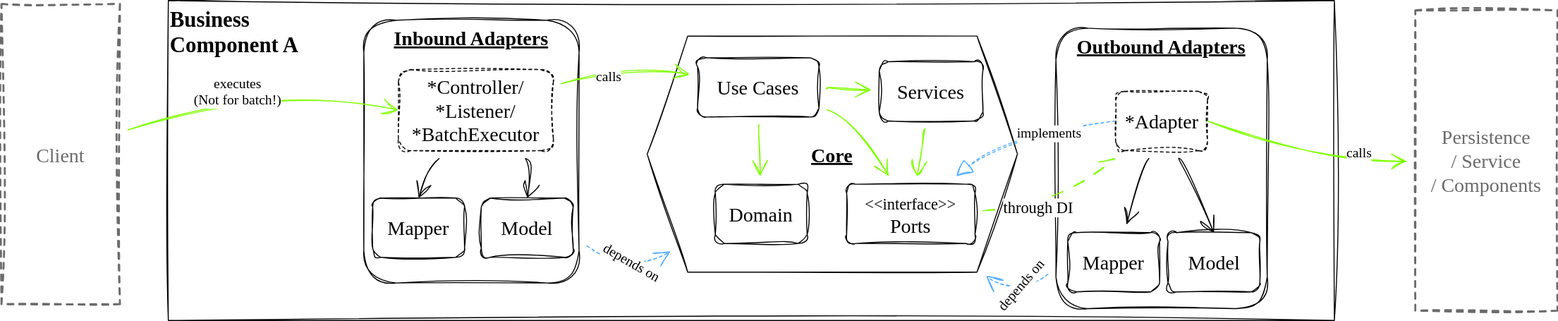
Before: modules/ROOT/images/hexagonal_component_architecture_overview.drawio.svg, a diagram exported from draw.io (devonfw/java). Source tidied: cells renumbered, new cells last; positions are measured from the earlier drawing's top-left corner, leaving out a move shared by most shapes.
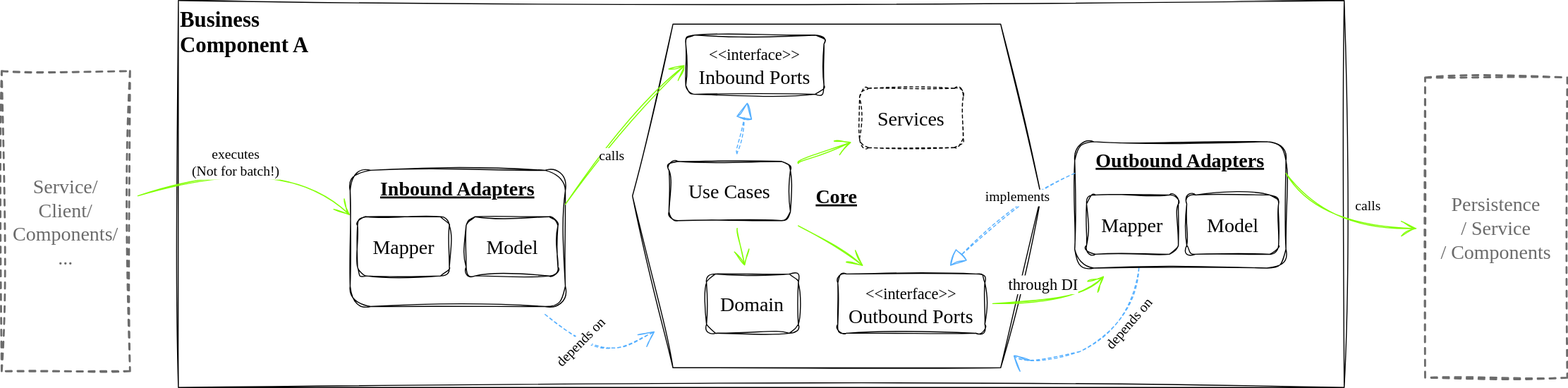
The same diagram one commit later.

Commit message:
fix: Alter image to fit description

- Add inbound ports to the images
- make services optional
- Remove class names in adapters. This didn't really fit to the rest of
  the application. It did not become clear that *Listener could be
  postfixes for class names in java application. Therefore removed it
  here.
- Mor options than client on inbound side, to make the varity of cases
  visible

Ref: #39

Change to the diagram source:
```diff
@@ -5,6 +5,6 @@
     <mxCell id="2" value="&lt;font style=&quot;font-size: 22px;&quot;&gt;&lt;b&gt;Business &lt;br&gt;Component A&lt;/b&gt;&lt;/font&gt;" style="rounded=0;whiteSpace=wrap;html=1;sketch=1;hachureGap=4;jiggle=2;curveFitting=1;fontFamily=Architects Daughter;fontSource=https%3A%2F%2Ffonts.googleapis.com%2Fcss%3Ffamily%3DArchitects%2BDaughter;fontSize=20;verticalAlign=top;align=left;labelBackgroundColor=none;" parent="1" vertex="1">
-      <mxGeometry x="169" width="1181" height="324" as="geometry" />
+      <mxGeometry x="169" y="-68" width="1181" height="392" as="geometry" />
     </mxCell>
     <mxCell id="3" value="&lt;b&gt;&lt;u&gt;Core&lt;/u&gt;&lt;/b&gt;" style="shape=hexagon;perimeter=hexagonPerimeter2;whiteSpace=wrap;html=1;fixedSize=1;sketch=1;hachureGap=4;jiggle=2;curveFitting=1;fontFamily=Architects Daughter;fontSource=https%3A%2F%2Ffonts.googleapis.com%2Fcss%3Ffamily%3DArchitects%2BDaughter;fontSize=20;size=41.00006103515625;labelBackgroundColor=none;" parent="1" vertex="1">
-      <mxGeometry x="654" y="36" width="375" height="239" as="geometry" />
+      <mxGeometry x="629" y="-44" width="414" height="348" as="geometry" />
     </mxCell>
@@ -13,2 +13,3 @@
         <Array as="points">
+          <mxPoint x="583" y="287" />
           <mxPoint x="633" y="281" />
@@ -17,5 +18,5 @@
     </mxCell>
-    <mxCell id="5" value="depends on" style="edgeLabel;html=1;align=center;verticalAlign=middle;fontSize=14;fontFamily=Architects Daughter;rotation=30;" parent="4" vertex="1">
+    <mxCell id="5" value="depends on" style="edgeLabel;html=1;align=center;verticalAlign=middle;fontSize=14;fontFamily=Architects Daughter;rotation=-45;" parent="4" vertex="1">
       <mxGeometry x="0.28" y="11" relative="1" as="geometry">
-        <mxPoint x="-2" y="1" as="offset" />
+        <mxPoint x="-33" y="6" as="offset" />
       </mxGeometry>
@@ -23,7 +24,8 @@
     <mxCell id="6" value="&lt;b&gt;&lt;u&gt;Inbound Adapters&lt;/u&gt;&lt;/b&gt;" style="rounded=1;whiteSpace=wrap;html=1;sketch=1;hachureGap=4;jiggle=2;curveFitting=1;fontFamily=Architects Daughter;fontSource=https%3A%2F%2Ffonts.googleapis.com%2Fcss%3Ffamily%3DArchitects%2BDaughter;fontSize=20;verticalAlign=top;labelBackgroundColor=none;" parent="1" vertex="1">
-      <mxGeometry x="367" y="20" width="218" height="266" as="geometry" />
+      <mxGeometry x="343" y="104" width="218" height="138" as="geometry" />
     </mxCell>
-    <mxCell id="7" style="edgeStyle=none;curved=1;rounded=0;sketch=1;hachureGap=4;jiggle=2;curveFitting=1;jettySize=auto;html=1;fontFamily=Architects Daughter;fontSource=https%3A%2F%2Ffonts.googleapis.com%2Fcss%3Ffamily%3DArchitects%2BDaughter;fontSize=16;fontColor=default;endArrow=open;endFill=0;startSize=14;endSize=14;sourcePerimeterSpacing=8;targetPerimeterSpacing=8;dashed=1;labelBackgroundColor=none;strokeColor=#54AFFF;" parent="1" edge="1" source="9" target="3">
+    <mxCell id="7" style="edgeStyle=none;curved=1;rounded=0;sketch=1;hachureGap=4;jiggle=2;curveFitting=1;jettySize=auto;html=1;fontFamily=Architects Daughter;fontSource=https%3A%2F%2Ffonts.googleapis.com%2Fcss%3Ffamily%3DArchitects%2BDaughter;fontSize=16;fontColor=default;endArrow=open;endFill=0;startSize=14;endSize=14;sourcePerimeterSpacing=8;targetPerimeterSpacing=8;dashed=1;labelBackgroundColor=none;strokeColor=#54AFFF;exitX=0.304;exitY=1;exitDx=0;exitDy=0;exitPerimeter=0;" parent="1" edge="1" source="9" target="3">
       <mxGeometry relative="1" as="geometry">
         <Array as="points">
+          <mxPoint x="1135" y="270" />
           <mxPoint x="1030" y="305" />
@@ -36,3 +38,3 @@
     <mxCell id="9" value="&lt;b&gt;&lt;u&gt;Outbound Adapters&lt;/u&gt;&lt;/b&gt;" style="rounded=1;whiteSpace=wrap;html=1;sketch=1;hachureGap=4;jiggle=2;curveFitting=1;fontFamily=Architects Daughter;fontSource=https%3A%2F%2Ffonts.googleapis.com%2Fcss%3Ffamily%3DArchitects%2BDaughter;fontSize=20;verticalAlign=top;labelBackgroundColor=none;" parent="1" vertex="1">
-      <mxGeometry x="1068" y="28" width="214" height="284" as="geometry" />
+      <mxGeometry x="1077" y="75" width="214" height="128" as="geometry" />
     </mxCell>
@@ -44,3 +46,3 @@
         <Array as="points">
-          <mxPoint x="865" y="120" />
+          <mxPoint x="836" y="180" />
         </Array>
@@ -51,9 +53,12 @@
     </mxCell>
+    <mxCell id="40" style="edgeStyle=none;curved=1;rounded=0;sketch=1;hachureGap=4;jiggle=2;curveFitting=1;jettySize=auto;html=1;fontFamily=Architects Daughter;fontSource=https%3A%2F%2Ffonts.googleapis.com%2Fcss%3Ffamily%3DArchitects%2BDaughter;fontSize=16;endArrow=block;startSize=14;endSize=14;sourcePerimeterSpacing=8;targetPerimeterSpacing=8;fillColor=#dae8fc;strokeColor=#54AFFF;labelBackgroundColor=none;endFill=0;dashed=1;" parent="1" edge="1" source="13" target="41">
+      <mxGeometry relative="1" as="geometry" />
+    </mxCell>
     <mxCell id="13" value="Use Cases" style="rounded=1;whiteSpace=wrap;html=1;sketch=1;hachureGap=4;jiggle=2;curveFitting=1;fontFamily=Architects Daughter;fontSource=https%3A%2F%2Ffonts.googleapis.com%2Fcss%3Ffamily%3DArchitects%2BDaughter;fontSize=20;labelBackgroundColor=none;" parent="1" vertex="1">
-      <mxGeometry x="705" y="58" width="123" height="60" as="geometry" />
+      <mxGeometry x="666" y="95" width="123" height="60" as="geometry" />
     </mxCell>
-    <mxCell id="14" style="edgeStyle=none;curved=1;rounded=0;sketch=1;hachureGap=4;jiggle=2;curveFitting=1;jettySize=auto;html=1;strokeColor=#80FF00;fontFamily=Architects Daughter;fontSource=https%3A%2F%2Ffonts.googleapis.com%2Fcss%3Ffamily%3DArchitects%2BDaughter;fontSize=16;endArrow=openAsync;startSize=14;endSize=14;sourcePerimeterSpacing=8;targetPerimeterSpacing=8;endFill=0;dashed=1;dashPattern=12 12;" parent="1" edge="1" source="16" target="30">
+    <mxCell id="14" style="edgeStyle=none;curved=1;rounded=0;sketch=1;hachureGap=4;jiggle=2;curveFitting=1;jettySize=auto;html=1;strokeColor=#80FF00;fontFamily=Architects Daughter;fontSource=https%3A%2F%2Ffonts.googleapis.com%2Fcss%3Ffamily%3DArchitects%2BDaughter;fontSize=16;endArrow=open;startSize=14;endSize=14;sourcePerimeterSpacing=8;targetPerimeterSpacing=8;endFill=0;" parent="1" edge="1" source="16" target="9">
       <mxGeometry relative="1" as="geometry">
         <Array as="points">
-          <mxPoint x="1065" y="210" />
+          <mxPoint x="1077" y="239" />
         </Array>
@@ -62,23 +67,25 @@
     <mxCell id="15" value="through DI" style="edgeLabel;html=1;align=center;verticalAlign=middle;fontSize=16;fontFamily=Architects Daughter;" parent="14" vertex="1">
-      <mxGeometry x="-0.25" y="1" relative="1" as="geometry" />
+      <mxGeometry x="-0.25" y="1" relative="1" as="geometry">
+        <mxPoint x="5" y="-19" as="offset" />
+      </mxGeometry>
     </mxCell>
-    <mxCell id="16" value="&lt;font style=&quot;font-size: 16px;&quot;&gt;&amp;lt;&amp;lt;interface&amp;gt;&amp;gt;&lt;/font&gt;&lt;br&gt;Ports" style="rounded=1;whiteSpace=wrap;html=1;sketch=1;hachureGap=4;jiggle=2;curveFitting=1;fontFamily=Architects Daughter;fontSource=https%3A%2F%2Ffonts.googleapis.com%2Fcss%3Ffamily%3DArchitects%2BDaughter;fontSize=20;labelBackgroundColor=none;" parent="1" vertex="1">
-      <mxGeometry x="856" y="186" width="130" height="60" as="geometry" />
+    <mxCell id="16" value="&lt;font style=&quot;font-size: 16px;&quot;&gt;&amp;lt;&amp;lt;interface&amp;gt;&amp;gt;&lt;/font&gt;&lt;br&gt;Outbound Ports" style="rounded=1;whiteSpace=wrap;html=1;sketch=1;hachureGap=4;jiggle=2;curveFitting=1;fontFamily=Architects Daughter;fontSource=https%3A%2F%2Ffonts.googleapis.com%2Fcss%3Ffamily%3DArchitects%2BDaughter;fontSize=20;labelBackgroundColor=none;" parent="1" vertex="1">
+      <mxGeometry x="837" y="209" width="149" height="60" as="geometry" />
     </mxCell>
     <mxCell id="17" value="Domain" style="rounded=1;whiteSpace=wrap;html=1;sketch=1;hachureGap=4;jiggle=2;curveFitting=1;fontFamily=Architects Daughter;fontSource=https%3A%2F%2Ffonts.googleapis.com%2Fcss%3Ffamily%3DArchitects%2BDaughter;fontSize=20;labelBackgroundColor=none;" parent="1" vertex="1">
-      <mxGeometry x="723" y="186" width="93" height="60" as="geometry" />
+      <mxGeometry x="704" y="209" width="93" height="60" as="geometry" />
     </mxCell>
     <mxCell id="18" value="Mapper" style="rounded=1;whiteSpace=wrap;html=1;sketch=1;hachureGap=4;jiggle=2;curveFitting=1;fontFamily=Architects Daughter;fontSource=https%3A%2F%2Ffonts.googleapis.com%2Fcss%3Ffamily%3DArchitects%2BDaughter;fontSize=20;labelBackgroundColor=none;" parent="1" vertex="1">
-      <mxGeometry x="376" y="200" width="93" height="60" as="geometry" />
+      <mxGeometry x="350.5" y="151" width="93" height="60" as="geometry" />
     </mxCell>
     <mxCell id="19" value="Model" style="rounded=1;whiteSpace=wrap;html=1;sketch=1;hachureGap=4;jiggle=2;curveFitting=1;fontFamily=Architects Daughter;fontSource=https%3A%2F%2Ffonts.googleapis.com%2Fcss%3Ffamily%3DArchitects%2BDaughter;fontSize=20;labelBackgroundColor=none;" parent="1" vertex="1">
-      <mxGeometry x="486" y="200" width="93" height="60" as="geometry" />
+      <mxGeometry x="460.5" y="151" width="93" height="60" as="geometry" />
     </mxCell>
     <mxCell id="20" value="Mapper" style="rounded=1;whiteSpace=wrap;html=1;sketch=1;hachureGap=4;jiggle=2;curveFitting=1;fontFamily=Architects Daughter;fontSource=https%3A%2F%2Ffonts.googleapis.com%2Fcss%3Ffamily%3DArchitects%2BDaughter;fontSize=20;labelBackgroundColor=none;" parent="1" vertex="1">
-      <mxGeometry x="1080" y="235" width="93" height="60" as="geometry" />
+      <mxGeometry x="1089" y="129" width="93" height="60" as="geometry" />
     </mxCell>
     <mxCell id="21" value="Model" style="rounded=1;whiteSpace=wrap;html=1;sketch=1;hachureGap=4;jiggle=2;curveFitting=1;fontFamily=Architects Daughter;fontSource=https%3A%2F%2Ffonts.googleapis.com%2Fcss%3Ffamily%3DArchitects%2BDaughter;fontSize=20;labelBackgroundColor=none;" parent="1" vertex="1">
-      <mxGeometry x="1181.5" y="235" width="93" height="60" as="geometry" />
+      <mxGeometry x="1190.5" y="129" width="93" height="60" as="geometry" />
     </mxCell>
-    <mxCell id="22" style="edgeStyle=none;curved=1;rounded=0;sketch=1;hachureGap=4;jiggle=2;curveFitting=1;jettySize=auto;html=1;entryX=0;entryY=0.5;entryDx=0;entryDy=0;fontFamily=Architects Daughter;fontSource=https%3A%2F%2Ffonts.googleapis.com%2Fcss%3Ffamily%3DArchitects%2BDaughter;fontSize=16;endArrow=open;endFill=0;startSize=14;endSize=14;sourcePerimeterSpacing=8;targetPerimeterSpacing=8;labelBackgroundColor=none;fontColor=default;strokeColor=#80FF00;" parent="1" edge="1" source="24" target="35">
+    <mxCell id="22" style="edgeStyle=none;curved=1;rounded=0;sketch=1;hachureGap=4;jiggle=2;curveFitting=1;jettySize=auto;html=1;entryX=0;entryY=0.331;entryDx=0;entryDy=0;fontFamily=Architects Daughter;fontSource=https%3A%2F%2Ffonts.googleapis.com%2Fcss%3Ffamily%3DArchitects%2BDaughter;fontSize=16;endArrow=open;endFill=0;startSize=14;endSize=14;sourcePerimeterSpacing=8;targetPerimeterSpacing=8;labelBackgroundColor=none;fontColor=default;strokeColor=#80FF00;entryPerimeter=0;" parent="1" edge="1" source="24" target="6">
       <mxGeometry relative="1" as="geometry">
@@ -92,4 +99,4 @@
     </mxCell>
-    <mxCell id="24" value="Client" style="rounded=0;whiteSpace=wrap;html=1;sketch=1;hachureGap=4;jiggle=2;curveFitting=1;fontFamily=Architects Daughter;fontSource=https%3A%2F%2Ffonts.googleapis.com%2Fcss%3Ffamily%3DArchitects%2BDaughter;fontSize=20;labelBackgroundColor=none;dashed=1;strokeColor=#6B6B6B;strokeWidth=2;fontColor=#6B6B6B;" parent="1" vertex="1">
-      <mxGeometry y="3.5" width="120" height="304" as="geometry" />
+    <mxCell id="24" value="Service/&lt;br&gt;Client/&lt;br&gt;Components/&lt;br&gt;..." style="rounded=0;whiteSpace=wrap;html=1;sketch=1;hachureGap=4;jiggle=2;curveFitting=1;fontFamily=Architects Daughter;fontSource=https%3A%2F%2Ffonts.googleapis.com%2Fcss%3Ffamily%3DArchitects%2BDaughter;fontSize=20;labelBackgroundColor=none;dashed=1;strokeColor=#6B6B6B;strokeWidth=2;fontColor=#6B6B6B;" parent="1" vertex="1">
+      <mxGeometry x="-10" y="3.5" width="130" height="304" as="geometry" />
     </mxCell>
@@ -98,18 +105,6 @@
     </mxCell>
-    <mxCell id="26" style="edgeStyle=none;curved=1;rounded=0;sketch=1;hachureGap=4;jiggle=2;curveFitting=1;jettySize=auto;html=1;fontFamily=Architects Daughter;fontSource=https%3A%2F%2Ffonts.googleapis.com%2Fcss%3Ffamily%3DArchitects%2BDaughter;fontSize=16;fontColor=default;endArrow=open;endFill=0;startSize=14;endSize=14;sourcePerimeterSpacing=8;targetPerimeterSpacing=8;labelBackgroundColor=none;strokeColor=#80FF00;" parent="1" edge="1" source="27" target="16">
-      <mxGeometry relative="1" as="geometry" />
-    </mxCell>
-    <mxCell id="27" value="Services" style="rounded=1;whiteSpace=wrap;html=1;sketch=1;hachureGap=4;jiggle=2;curveFitting=1;fontFamily=Architects Daughter;fontSource=https%3A%2F%2Ffonts.googleapis.com%2Fcss%3Ffamily%3DArchitects%2BDaughter;fontSize=20;labelBackgroundColor=none;" parent="1" vertex="1">
-      <mxGeometry x="889" y="62" width="105" height="60" as="geometry" />
+    <mxCell id="27" value="Services" style="rounded=1;whiteSpace=wrap;html=1;sketch=1;hachureGap=4;jiggle=2;curveFitting=1;fontFamily=Architects Daughter;fontSource=https%3A%2F%2Ffonts.googleapis.com%2Fcss%3Ffamily%3DArchitects%2BDaughter;fontSize=20;labelBackgroundColor=none;dashed=1;" parent="1" vertex="1">
+      <mxGeometry x="859" y="21" width="105" height="60" as="geometry" />
     </mxCell>
-    <mxCell id="28" style="edgeStyle=none;curved=1;rounded=0;sketch=1;hachureGap=4;jiggle=2;curveFitting=1;jettySize=auto;html=1;fontFamily=Architects Daughter;fontSource=https%3A%2F%2Ffonts.googleapis.com%2Fcss%3Ffamily%3DArchitects%2BDaughter;fontSize=16;fontColor=default;endArrow=open;endFill=0;startSize=14;endSize=14;sourcePerimeterSpacing=8;targetPerimeterSpacing=8;labelBackgroundColor=none;" parent="1" edge="1" source="30" target="20">
-      <mxGeometry relative="1" as="geometry" />
-    </mxCell>
-    <mxCell id="29" style="edgeStyle=none;curved=1;rounded=0;sketch=1;hachureGap=4;jiggle=2;curveFitting=1;jettySize=auto;html=1;entryX=0.5;entryY=0;entryDx=0;entryDy=0;fontFamily=Architects Daughter;fontSource=https%3A%2F%2Ffonts.googleapis.com%2Fcss%3Ffamily%3DArchitects%2BDaughter;fontSize=16;fontColor=default;endArrow=open;endFill=0;startSize=14;endSize=14;sourcePerimeterSpacing=8;targetPerimeterSpacing=8;labelBackgroundColor=none;" parent="1" edge="1" source="30" target="21">
-      <mxGeometry relative="1" as="geometry" />
-    </mxCell>
-    <mxCell id="30" value="*Adapter" style="rounded=1;whiteSpace=wrap;html=1;sketch=1;hachureGap=4;jiggle=2;curveFitting=1;fontFamily=Architects Daughter;fontSource=https%3A%2F%2Ffonts.googleapis.com%2Fcss%3Ffamily%3DArchitects%2BDaughter;fontSize=20;labelBackgroundColor=none;dashed=1;" parent="1" vertex="1">
-      <mxGeometry x="1128.5" y="92" width="93" height="60" as="geometry" />
-    </mxCell>
-    <mxCell id="31" style="edgeStyle=none;curved=1;rounded=0;sketch=1;hachureGap=4;jiggle=2;curveFitting=1;jettySize=auto;html=1;fontFamily=Architects Daughter;fontSource=https%3A%2F%2Ffonts.googleapis.com%2Fcss%3Ffamily%3DArchitects%2BDaughter;fontSize=16;endArrow=block;startSize=14;endSize=14;sourcePerimeterSpacing=8;targetPerimeterSpacing=8;endFill=0;dashed=1;exitX=0;exitY=0.5;exitDx=0;exitDy=0;labelBackgroundColor=none;fontColor=default;strokeColor=#54AFFF;" parent="1" edge="1" source="30" target="16">
+    <mxCell id="31" style="edgeStyle=none;curved=1;rounded=0;sketch=1;hachureGap=4;jiggle=2;curveFitting=1;jettySize=auto;html=1;fontFamily=Architects Daughter;fontSource=https%3A%2F%2Ffonts.googleapis.com%2Fcss%3Ffamily%3DArchitects%2BDaughter;fontSize=16;endArrow=block;startSize=14;endSize=14;sourcePerimeterSpacing=8;targetPerimeterSpacing=8;endFill=0;dashed=1;exitX=0;exitY=0.25;exitDx=0;exitDy=0;labelBackgroundColor=none;fontColor=default;strokeColor=#54AFFF;" parent="1" edge="1" source="9" target="16">
       <mxGeometry relative="1" as="geometry">
@@ -125,23 +120,6 @@
     </mxCell>
-    <mxCell id="33" style="edgeStyle=none;curved=1;rounded=0;sketch=1;hachureGap=4;jiggle=2;curveFitting=1;jettySize=auto;html=1;entryX=0.5;entryY=0;entryDx=0;entryDy=0;fontFamily=Architects Daughter;fontSource=https%3A%2F%2Ffonts.googleapis.com%2Fcss%3Ffamily%3DArchitects%2BDaughter;fontSize=16;fontColor=default;endArrow=open;endFill=0;startSize=14;endSize=14;sourcePerimeterSpacing=8;targetPerimeterSpacing=8;labelBackgroundColor=none;" parent="1" edge="1" source="35" target="18">
-      <mxGeometry relative="1" as="geometry">
-        <Array as="points">
-          <mxPoint x="431" y="176" />
-        </Array>
-      </mxGeometry>
-    </mxCell>
-    <mxCell id="34" style="edgeStyle=none;curved=1;rounded=0;sketch=1;hachureGap=4;jiggle=2;curveFitting=1;jettySize=auto;html=1;entryX=0.5;entryY=0;entryDx=0;entryDy=0;fontFamily=Architects Daughter;fontSource=https%3A%2F%2Ffonts.googleapis.com%2Fcss%3Ffamily%3DArchitects%2BDaughter;fontSize=16;fontColor=default;endArrow=open;endFill=0;startSize=14;endSize=14;sourcePerimeterSpacing=8;targetPerimeterSpacing=8;labelBackgroundColor=none;" parent="1" edge="1" source="35" target="19">
-      <mxGeometry relative="1" as="geometry">
-        <Array as="points">
-          <mxPoint x="542" y="171" />
-        </Array>
-      </mxGeometry>
-    </mxCell>
-    <mxCell id="35" value="*Controller/&lt;br&gt;*Listener/&lt;br&gt;*BatchExecutor" style="rounded=1;whiteSpace=wrap;html=1;sketch=1;hachureGap=4;jiggle=2;curveFitting=1;fontFamily=Architects Daughter;fontSource=https%3A%2F%2Ffonts.googleapis.com%2Fcss%3Ffamily%3DArchitects%2BDaughter;fontSize=20;labelBackgroundColor=none;dashed=1;" parent="1" vertex="1">
-      <mxGeometry x="402" y="70" width="157" height="82" as="geometry" />
-    </mxCell>
-    <mxCell id="36" style="edgeStyle=none;curved=1;rounded=0;sketch=1;hachureGap=4;jiggle=2;curveFitting=1;jettySize=auto;html=1;fontFamily=Architects Daughter;fontSource=https%3A%2F%2Ffonts.googleapis.com%2Fcss%3Ffamily%3DArchitects%2BDaughter;fontSize=16;endArrow=open;endFill=0;startSize=14;endSize=14;sourcePerimeterSpacing=8;targetPerimeterSpacing=8;labelBackgroundColor=none;fontColor=default;strokeColor=#80FF00;" parent="1" edge="1" source="35" target="13">
+    <mxCell id="36" style="edgeStyle=none;curved=1;rounded=0;sketch=1;hachureGap=4;jiggle=2;curveFitting=1;jettySize=auto;html=1;fontFamily=Architects Daughter;fontSource=https%3A%2F%2Ffonts.googleapis.com%2Fcss%3Ffamily%3DArchitects%2BDaughter;fontSize=16;endArrow=open;endFill=0;startSize=14;endSize=14;sourcePerimeterSpacing=8;targetPerimeterSpacing=8;labelBackgroundColor=none;fontColor=default;strokeColor=#80FF00;entryX=0;entryY=0.5;entryDx=0;entryDy=0;exitX=1;exitY=0.25;exitDx=0;exitDy=0;" parent="1" edge="1" source="6" target="41">
       <mxGeometry relative="1" as="geometry">
         <Array as="points">
-          <mxPoint x="635" y="63" />
+          <mxPoint x="635" y="36" />
         </Array>
@@ -152,3 +130,3 @@
     </mxCell>
-    <mxCell id="38" style="edgeStyle=none;curved=1;rounded=0;sketch=1;hachureGap=4;jiggle=2;curveFitting=1;jettySize=auto;html=1;fontFamily=Architects Daughter;fontSource=https%3A%2F%2Ffonts.googleapis.com%2Fcss%3Ffamily%3DArchitects%2BDaughter;fontSize=16;endArrow=open;endFill=0;startSize=14;endSize=14;sourcePerimeterSpacing=8;targetPerimeterSpacing=8;exitX=1;exitY=0.5;exitDx=0;exitDy=0;labelBackgroundColor=none;fontColor=default;strokeColor=#80FF00;" parent="1" edge="1" source="30" target="25">
+    <mxCell id="38" style="edgeStyle=none;curved=1;rounded=0;sketch=1;hachureGap=4;jiggle=2;curveFitting=1;jettySize=auto;html=1;fontFamily=Architects Daughter;fontSource=https%3A%2F%2Ffonts.googleapis.com%2Fcss%3Ffamily%3DArchitects%2BDaughter;fontSize=16;endArrow=open;endFill=0;startSize=14;endSize=14;sourcePerimeterSpacing=8;targetPerimeterSpacing=8;exitX=1;exitY=0.25;exitDx=0;exitDy=0;labelBackgroundColor=none;fontColor=default;strokeColor=#80FF00;" parent="1" edge="1" source="9" target="25">
       <mxGeometry relative="1" as="geometry">
@@ -161,5 +139,8 @@
       <mxGeometry x="-0.28" y="4" relative="1" as="geometry">
-        <mxPoint x="81" y="9" as="offset" />
+        <mxPoint x="45" y="-15" as="offset" />
       </mxGeometry>
     </mxCell>
+    <mxCell id="41" value="&lt;font style=&quot;border-color: var(--border-color); font-size: 16px;&quot;&gt;&amp;lt;&amp;lt;interface&amp;gt;&amp;gt;&lt;/font&gt;&lt;br style=&quot;border-color: var(--border-color);&quot;&gt;Inbound Ports" style="rounded=1;whiteSpace=wrap;html=1;sketch=1;hachureGap=4;jiggle=2;curveFitting=1;fontFamily=Architects Daughter;fontSource=https%3A%2F%2Ffonts.googleapis.com%2Fcss%3Ffamily%3DArchitects%2BDaughter;fontSize=20;labelBackgroundColor=none;" parent="1" vertex="1">
+      <mxGeometry x="683" y="-33" width="140" height="60" as="geometry" />
+    </mxCell>
   </root>
```
